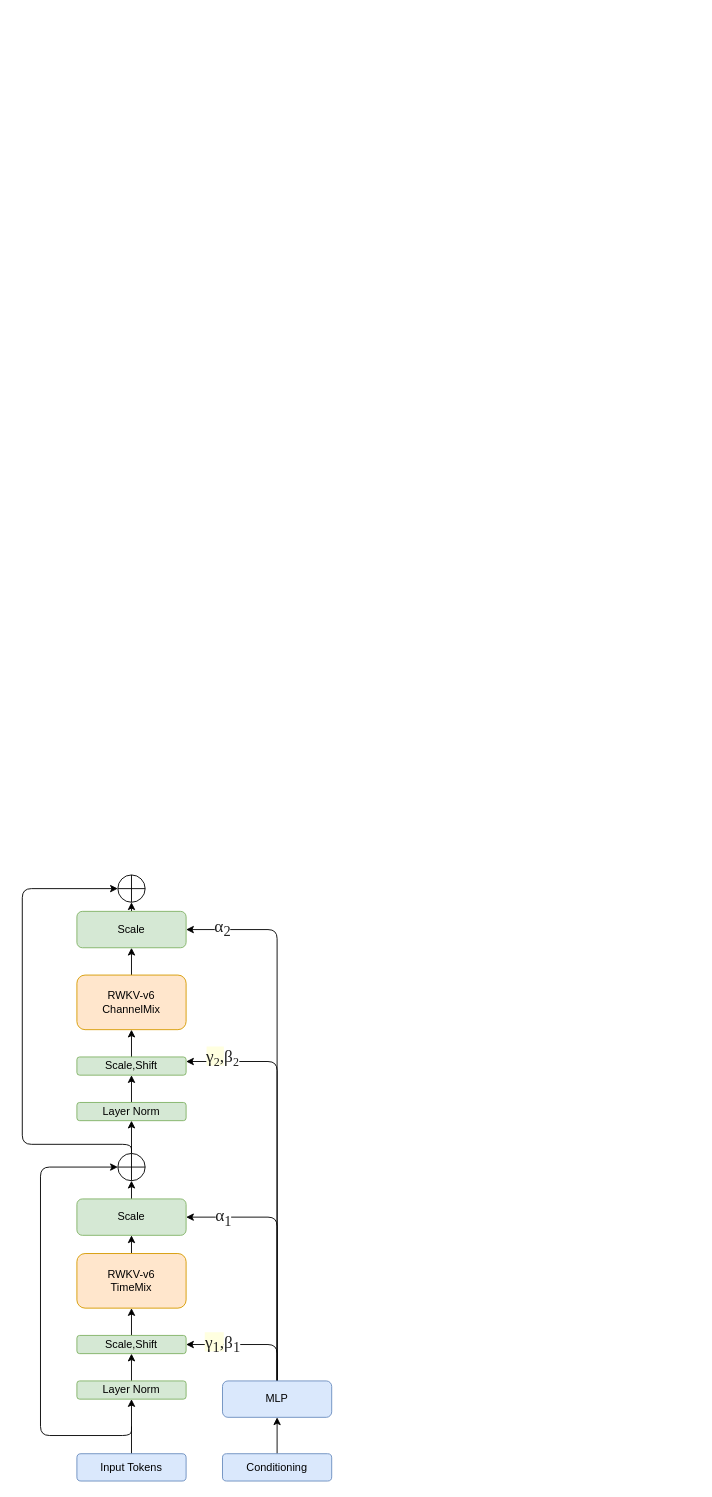
This is diagram.drawio from yynil/Di-R, a draw.io file, before an edit. Source tidied: cells renumbered, new cells numbered last; positions are measured from the earlier drawing's top-left corner, leaving out a move shared by most shapes. Both pictures are drawn from the tidied source at 91%, with x=0, y=0 at pixel (22, 875).
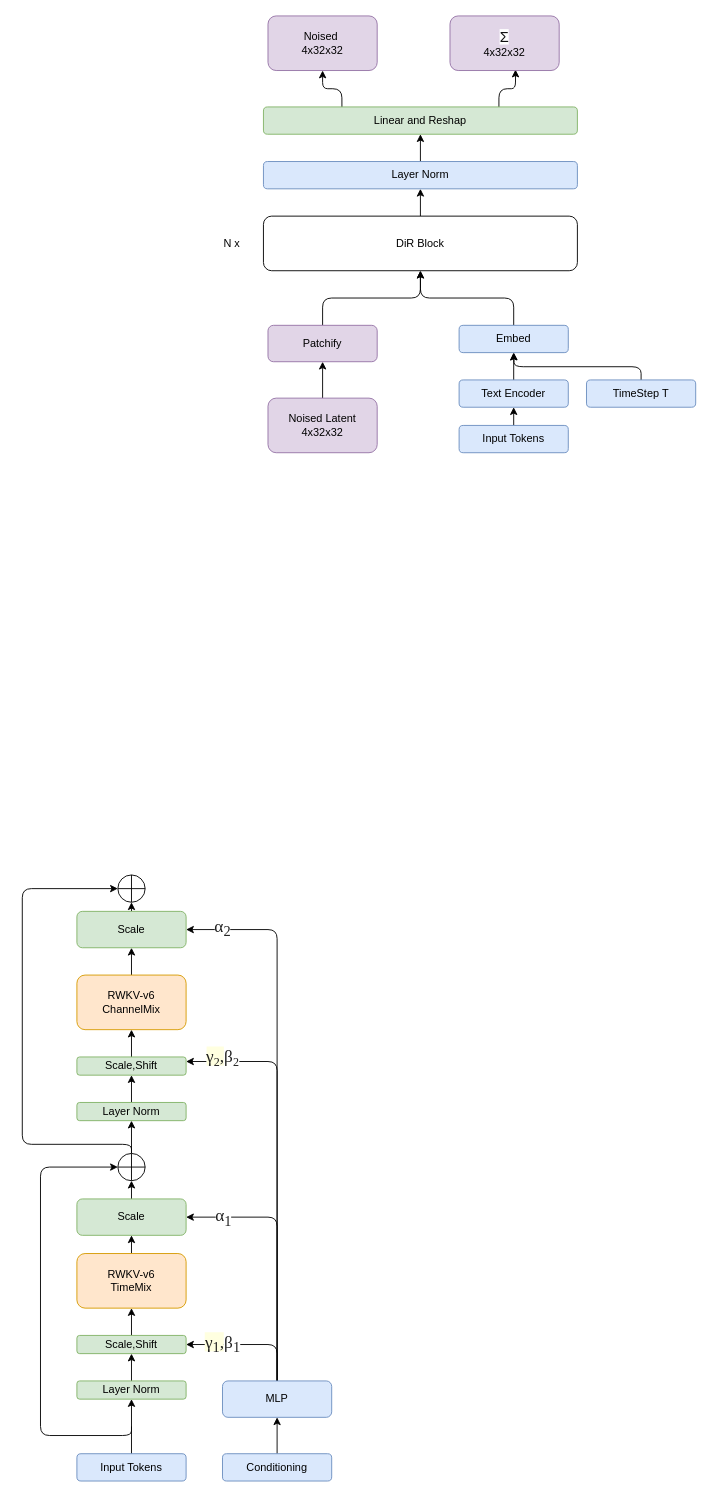
After the change.

Change to the diagram source:
```diff
@@
+    <mxCell id="37" style="edgeStyle=none;html=1;exitX=0.5;exitY=0;exitDx=0;exitDy=0;entryX=0.5;entryY=1;entryDx=0;entryDy=0;" parent="1" edge="1" source="38" target="40">
+      <mxGeometry relative="1" as="geometry" />
+    </mxCell>
+    <mxCell id="38" value="Noised Latent&lt;br&gt;4x32x32" style="rounded=1;whiteSpace=wrap;html=1;fillColor=#e1d5e7;strokeColor=#9673a6;" parent="1" vertex="1">
+      <mxGeometry x="270" y="-524" width="120" height="60" as="geometry" />
+    </mxCell>
+    <mxCell id="39" style="edgeStyle=orthogonalEdgeStyle;html=1;exitX=0.5;exitY=0;exitDx=0;exitDy=0;" parent="1" edge="1" source="40" target="50">
+      <mxGeometry relative="1" as="geometry" />
+    </mxCell>
+    <mxCell id="40" value="Patchify" style="rounded=1;whiteSpace=wrap;html=1;fillColor=#e1d5e7;strokeColor=#9673a6;" parent="1" vertex="1">
+      <mxGeometry x="270" y="-604" width="120" height="40" as="geometry" />
+    </mxCell>
+    <mxCell id="41" style="edgeStyle=none;html=1;exitX=0.5;exitY=0;exitDx=0;exitDy=0;entryX=0.5;entryY=1;entryDx=0;entryDy=0;" parent="1" edge="1" source="42" target="44">
+      <mxGeometry relative="1" as="geometry" />
+    </mxCell>
+    <mxCell id="42" value="Input Tokens" style="rounded=1;whiteSpace=wrap;html=1;fillColor=#dae8fc;strokeColor=#6c8ebf;" parent="1" vertex="1">
+      <mxGeometry x="480" y="-494" width="120" height="30" as="geometry" />
+    </mxCell>
+    <mxCell id="43" style="edgeStyle=none;html=1;exitX=0.5;exitY=0;exitDx=0;exitDy=0;entryX=0.5;entryY=1;entryDx=0;entryDy=0;" parent="1" edge="1" source="44" target="48">
+      <mxGeometry relative="1" as="geometry" />
+    </mxCell>
+    <mxCell id="44" value="Text Encoder" style="rounded=1;whiteSpace=wrap;html=1;fillColor=#dae8fc;strokeColor=#6c8ebf;" parent="1" vertex="1">
+      <mxGeometry x="480" y="-544" width="120" height="30" as="geometry" />
+    </mxCell>
+    <mxCell id="45" style="edgeStyle=orthogonalEdgeStyle;html=1;exitX=0.5;exitY=0;exitDx=0;exitDy=0;" parent="1" edge="1" source="46">
+      <mxGeometry relative="1" as="geometry">
+        <mxPoint x="540" y="-574" as="targetPoint" />
+      </mxGeometry>
+    </mxCell>
+    <mxCell id="46" value="TimeStep T" style="rounded=1;whiteSpace=wrap;html=1;fillColor=#dae8fc;strokeColor=#6c8ebf;" parent="1" vertex="1">
+      <mxGeometry x="620" y="-544" width="120" height="30" as="geometry" />
+    </mxCell>
+    <mxCell id="47" style="edgeStyle=orthogonalEdgeStyle;html=1;exitX=0.5;exitY=0;exitDx=0;exitDy=0;entryX=0.5;entryY=1;entryDx=0;entryDy=0;" parent="1" edge="1" source="48" target="50">
+      <mxGeometry relative="1" as="geometry" />
+    </mxCell>
+    <mxCell id="48" value="Embed" style="rounded=1;whiteSpace=wrap;html=1;fillColor=#dae8fc;strokeColor=#6c8ebf;" parent="1" vertex="1">
+      <mxGeometry x="480" y="-604" width="120" height="30" as="geometry" />
+    </mxCell>
+    <mxCell id="49" style="edgeStyle=orthogonalEdgeStyle;html=1;exitX=0.5;exitY=0;exitDx=0;exitDy=0;entryX=0.5;entryY=1;entryDx=0;entryDy=0;" parent="1" edge="1" source="50" target="53">
+      <mxGeometry relative="1" as="geometry" />
+    </mxCell>
+    <mxCell id="50" value="DiR Block" style="rounded=1;whiteSpace=wrap;html=1;" parent="1" vertex="1">
+      <mxGeometry x="265" y="-724" width="345" height="60" as="geometry" />
+    </mxCell>
+    <mxCell id="51" value="N x" style="text;html=1;align=center;verticalAlign=middle;strokeColor=none;fillColor=none;" parent="1" vertex="1">
+      <mxGeometry x="210" y="-709" width="40" height="30" as="geometry" />
+    </mxCell>
+    <mxCell id="52" style="edgeStyle=orthogonalEdgeStyle;html=1;exitX=0.5;exitY=0;exitDx=0;exitDy=0;" parent="1" edge="1" source="53" target="56">
+      <mxGeometry relative="1" as="geometry" />
+    </mxCell>
+    <mxCell id="53" value="Layer Norm" style="rounded=1;whiteSpace=wrap;html=1;fillColor=#dae8fc;strokeColor=#6c8ebf;" parent="1" vertex="1">
+      <mxGeometry x="265" y="-784" width="345" height="30" as="geometry" />
+    </mxCell>
+    <mxCell id="54" style="edgeStyle=orthogonalEdgeStyle;html=1;exitX=0.25;exitY=0;exitDx=0;exitDy=0;entryX=0.5;entryY=1;entryDx=0;entryDy=0;" parent="1" edge="1" source="56" target="57">
+      <mxGeometry relative="1" as="geometry" />
+    </mxCell>
+    <mxCell id="55" style="edgeStyle=orthogonalEdgeStyle;html=1;exitX=0.75;exitY=0;exitDx=0;exitDy=0;entryX=0.6;entryY=0.983;entryDx=0;entryDy=0;entryPerimeter=0;" parent="1" edge="1" source="56" target="58">
+      <mxGeometry relative="1" as="geometry" />
+    </mxCell>
+    <mxCell id="56" value="Linear and Reshap" style="rounded=1;whiteSpace=wrap;html=1;fillColor=#d5e8d4;strokeColor=#82b366;" parent="1" vertex="1">
+      <mxGeometry x="265" y="-844" width="345" height="30" as="geometry" />
+    </mxCell>
+    <mxCell id="57" value="Noised&amp;nbsp;&lt;br&gt;4x32x32" style="rounded=1;whiteSpace=wrap;html=1;fillColor=#e1d5e7;strokeColor=#9673a6;" parent="1" vertex="1">
+      <mxGeometry x="270" y="-944" width="120" height="60" as="geometry" />
+    </mxCell>
+    <mxCell id="58" value="&lt;span style=&quot;color: rgb(17, 17, 17); font-family: &amp;quot;Microsoft YaHei&amp;quot;, Arial, Helvetica, sans-serif; font-size: 16px; text-align: left; background-color: rgb(255, 255, 255);&quot;&gt;Σ&lt;/span&gt;&lt;br&gt;4x32x32" style="rounded=1;whiteSpace=wrap;html=1;fillColor=#e1d5e7;strokeColor=#9673a6;" parent="1" vertex="1">
+      <mxGeometry x="470" y="-944" width="120" height="60" as="geometry" />
+    </mxCell>
```
